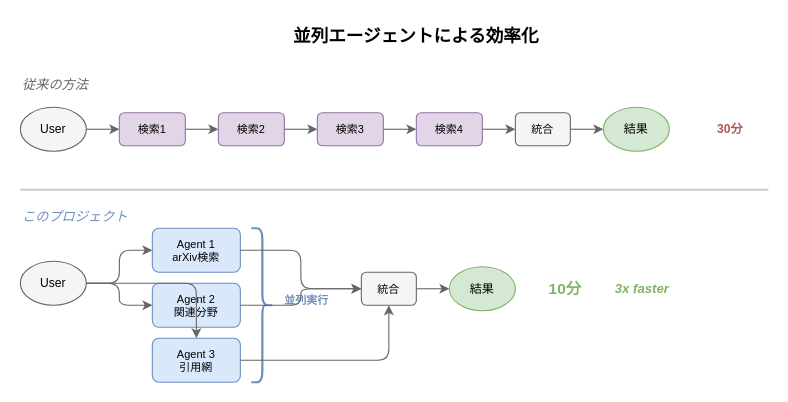
This is docs/images/parallel-agents.drawio from nakano1122/research-with-AI-on-your-shoulder, a draw.io file, before an edit. Source tidied: cells renumbered, new cells numbered last; positions are measured from the earlier drawing's top-left corner, leaving out a move shared by most shapes. Both pictures are drawn from the tidied source at 110%, with x=0, y=0 at pixel (20, 19).
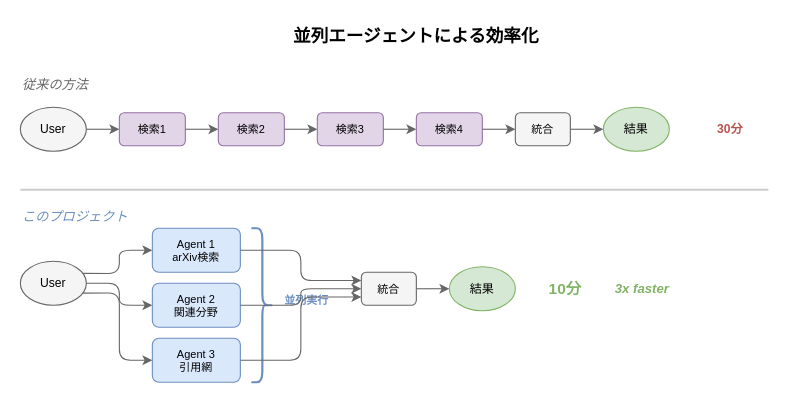
The same diagram, later.

The change refers to these unchanged cells:
```xml
<mxCell id="20" value="User" style="ellipse;whiteSpace=wrap;fillColor=#f5f5f5;strokeColor=#666666;fontSize=11;" parent="1" vertex="1">
  <mxGeometry y="220" width="60" height="40" as="geometry" />
</mxCell>
<mxCell id="21" value="Agent 1&#10;arXiv検索" style="rounded=1;whiteSpace=wrap;fillColor=#dae8fc;strokeColor=#6c8ebf;fontSize=10;" parent="1" vertex="1">
  <mxGeometry x="120" y="190" width="80" height="40" as="geometry" />
</mxCell>
<mxCell id="22" value="Agent 2&#10;関連分野" style="rounded=1;whiteSpace=wrap;fillColor=#dae8fc;strokeColor=#6c8ebf;fontSize=10;" parent="1" vertex="1">
  <mxGeometry x="120" y="240" width="80" height="40" as="geometry" />
</mxCell>
<mxCell id="23" value="Agent 3&#10;引用網" style="rounded=1;whiteSpace=wrap;fillColor=#dae8fc;strokeColor=#6c8ebf;fontSize=10;" parent="1" vertex="1">
  <mxGeometry x="120" y="290" width="80" height="40" as="geometry" />
</mxCell>
<mxCell id="26" value="統合" style="rounded=1;whiteSpace=wrap;fillColor=#f5f5f5;strokeColor=#666666;fontSize=10;" parent="1" vertex="1">
  <mxGeometry x="310" y="230" width="50" height="30" as="geometry" />
</mxCell>
<mxCell id="27" value="結果" style="ellipse;whiteSpace=wrap;fillColor=#d5e8d4;strokeColor=#82b366;fontSize=11;" parent="1" vertex="1">
  <mxGeometry x="390" y="225" width="60" height="40" as="geometry" />
</mxCell>
```

Diff of the diagram source:
```diff
@@
-    <mxCell id="30" style="edgeStyle=orthogonalEdgeStyle;strokeColor=#666666;" parent="1" edge="1" source="20" target="21">
+    <mxCell id="30" style="edgeStyle=orthogonalEdgeStyle;strokeColor=#666666;exitX=1;exitY=0.25;entryX=0;entryY=0.5;" parent="1" edge="1" source="20" target="21">
       <mxGeometry relative="1" as="geometry" />
     </mxCell>
-    <mxCell id="31" style="edgeStyle=orthogonalEdgeStyle;strokeColor=#666666;" parent="1" edge="1" source="20" target="22">
+    <mxCell id="31" style="edgeStyle=orthogonalEdgeStyle;strokeColor=#666666;exitX=1;exitY=0.5;entryX=0;entryY=0.5;" parent="1" edge="1" source="20" target="22">
       <mxGeometry relative="1" as="geometry" />
     </mxCell>
-    <mxCell id="32" style="edgeStyle=orthogonalEdgeStyle;strokeColor=#666666;" parent="1" edge="1" source="20" target="23">
+    <mxCell id="32" style="edgeStyle=orthogonalEdgeStyle;strokeColor=#666666;exitX=1;exitY=0.75;entryX=0;entryY=0.5;" parent="1" edge="1" source="20" target="23">
       <mxGeometry relative="1" as="geometry" />
     </mxCell>
-    <mxCell id="33" style="edgeStyle=orthogonalEdgeStyle;strokeColor=#666666;" parent="1" edge="1" source="21" target="26">
+    <mxCell id="33" style="edgeStyle=orthogonalEdgeStyle;strokeColor=#666666;exitX=1;exitY=0.5;entryX=0;entryY=0.25;" parent="1" edge="1" source="21" target="26">
       <mxGeometry relative="1" as="geometry" />
     </mxCell>
-    <mxCell id="34" style="edgeStyle=orthogonalEdgeStyle;strokeColor=#666666;" parent="1" edge="1" source="22" target="26">
+    <mxCell id="34" style="edgeStyle=orthogonalEdgeStyle;strokeColor=#666666;exitX=1;exitY=0.5;entryX=0;entryY=0.5;" parent="1" edge="1" source="22" target="26">
       <mxGeometry relative="1" as="geometry" />
     </mxCell>
-    <mxCell id="35" style="edgeStyle=orthogonalEdgeStyle;strokeColor=#666666;" parent="1" edge="1" source="23" target="26">
+    <mxCell id="35" style="edgeStyle=orthogonalEdgeStyle;strokeColor=#666666;exitX=1;exitY=0.5;entryX=0;entryY=0.75;" parent="1" edge="1" source="23" target="26">
       <mxGeometry relative="1" as="geometry" />
     </mxCell>
-    <mxCell id="36" style="edgeStyle=orthogonalEdgeStyle;strokeColor=#666666;" parent="1" edge="1" source="26" target="27">
+    <mxCell id="36" style="edgeStyle=orthogonalEdgeStyle;strokeColor=#666666;exitX=1;exitY=0.5;entryX=0;entryY=0.5;" parent="1" edge="1" source="26" target="27">
       <mxGeometry relative="1" as="geometry" />
     </mxCell>
```
